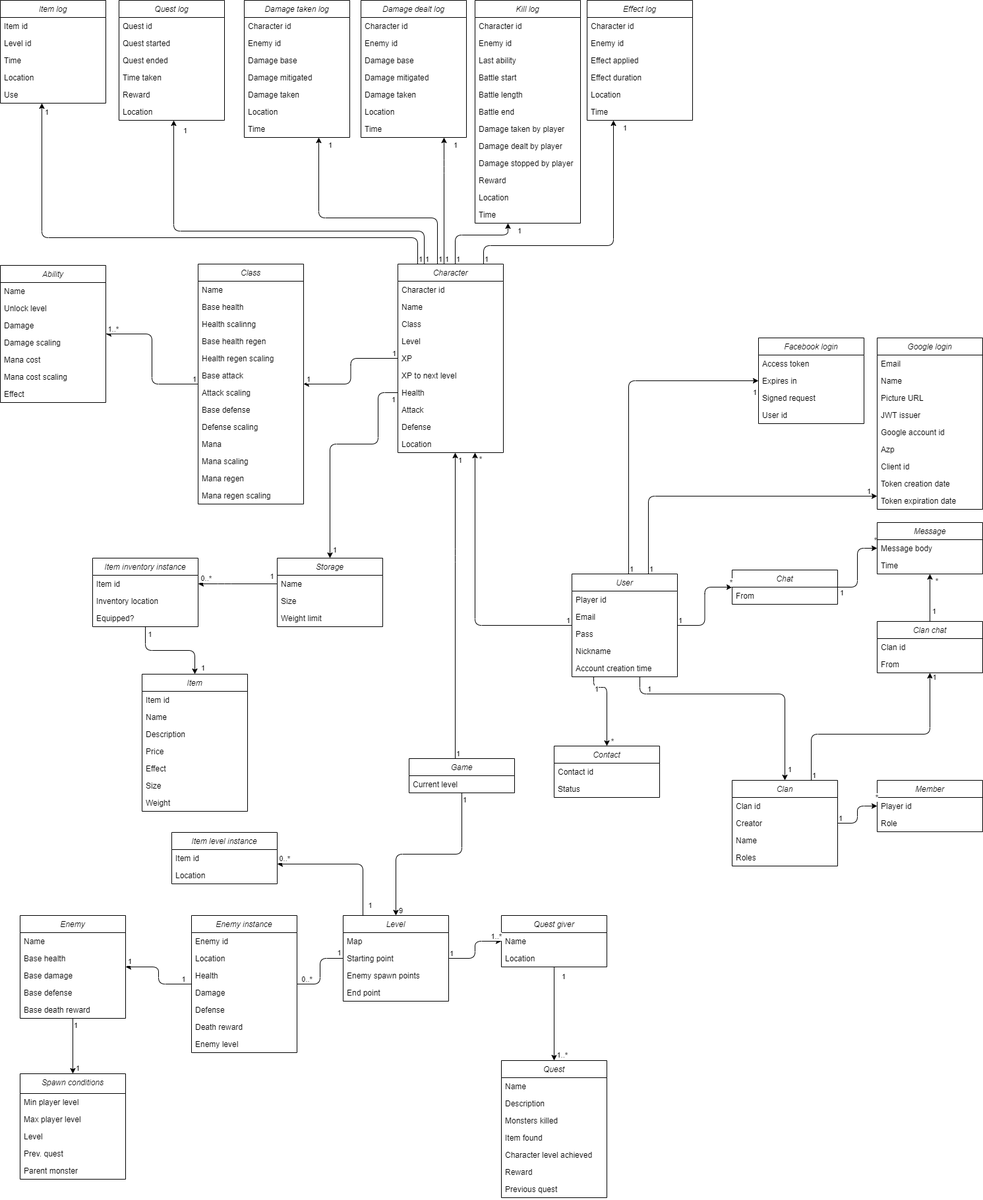
Above: logical diagram.png in ImMuffin/DBS4 (draw.io), before the change. Source tidied: cells renumbered, new cells last; positions are measured from the earlier drawing's top-left corner, leaving out a move shared by most shapes.
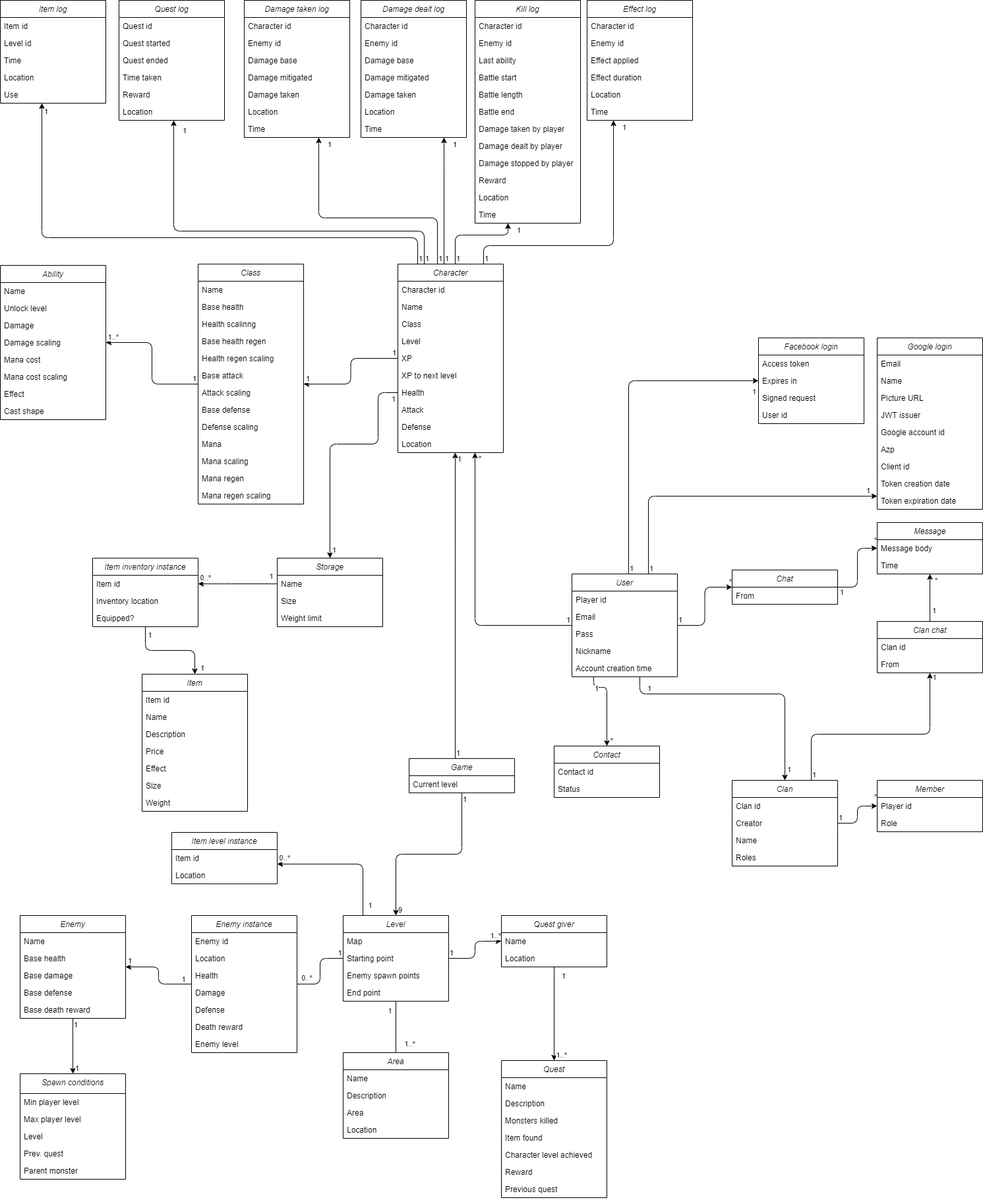
Later version of the same file.

Change to the diagram source:
```diff
@@ -221,7 +221,7 @@
       <mxGeometry y="338" width="160" height="26" as="geometry" />
     </mxCell>
     <mxCell id="64" value="Ability" style="swimlane;fontStyle=2;align=center;verticalAlign=top;horizontal=1;startSize=26;rounded=0;shadow=0;strokeWidth=1;" parent="1" vertex="1">
-      <mxGeometry y="402" width="160" height="208" as="geometry" />
+      <mxGeometry y="402" width="160" height="234" as="geometry" />
     </mxCell>
     <mxCell id="65" value="Name" style="text;align=left;verticalAlign=top;spacingLeft=4;spacingRight=4;overflow=hidden;" parent="64" vertex="1">
       <mxGeometry y="26" width="160" height="26" as="geometry" />
@@ -244,6 +244,9 @@
     <mxCell id="71" value="Effect" style="text;align=left;verticalAlign=top;spacingLeft=4;spacingRight=4;overflow=hidden;rounded=0;shadow=0;html=0;" parent="64" vertex="1">
       <mxGeometry y="182" width="160" height="26" as="geometry" />
     </mxCell>
+    <mxCell id="268" value="Cast shape" style="text;align=left;verticalAlign=top;spacingLeft=4;spacingRight=4;overflow=hidden;rounded=0;shadow=0;html=0;" parent="64" vertex="1">
+      <mxGeometry y="208" width="160" height="26" as="geometry" />
+    </mxCell>
     <mxCell id="72" style="endArrow=classic;html=1;edgeStyle=orthogonalEdgeStyle;" parent="1" edge="1" source="50" target="64">
       <mxGeometry x="-0.12" y="-20" relative="1" as="geometry" />
     </mxCell>
@@ -961,5 +964,33 @@
         <mxPoint x="20" y="19.2" as="offset" />
       </mxGeometry>
     </mxCell>
+    <mxCell id="269" value="Area" style="swimlane;fontStyle=2;align=center;verticalAlign=top;horizontal=1;startSize=26;rounded=0;shadow=0;strokeWidth=1;" parent="1" vertex="1">
+      <mxGeometry x="520" y="1596" width="160" height="130" as="geometry" />
+    </mxCell>
+    <mxCell id="270" value="Name" style="text;align=left;verticalAlign=top;spacingLeft=4;spacingRight=4;overflow=hidden;" parent="269" vertex="1">
+      <mxGeometry y="26" width="160" height="26" as="geometry" />
+    </mxCell>
+    <mxCell id="271" value="Description" style="text;align=left;verticalAlign=top;spacingLeft=4;spacingRight=4;overflow=hidden;" parent="269" vertex="1">
+      <mxGeometry y="52" width="160" height="26" as="geometry" />
+    </mxCell>
+    <mxCell id="272" value="Area" style="text;align=left;verticalAlign=top;spacingLeft=4;spacingRight=4;overflow=hidden;" parent="269" vertex="1">
+      <mxGeometry y="78" width="160" height="26" as="geometry" />
+    </mxCell>
+    <mxCell id="273" value="Location" style="text;align=left;verticalAlign=top;spacingLeft=4;spacingRight=4;overflow=hidden;" parent="269" vertex="1">
+      <mxGeometry y="104" width="160" height="26" as="geometry" />
+    </mxCell>
+    <mxCell id="274" style="endArrow=none;html=1;edgeStyle=orthogonalEdgeStyle;shadow=0;startArrow=none;" parent="1" edge="1" source="269" target="121">
+      <mxGeometry x="-0.12" y="-20" relative="1" as="geometry" />
+    </mxCell>
+    <mxCell id="275" value="1..*" style="edgeLabel;html=1;align=center;verticalAlign=middle;" parent="274" vertex="1">
+      <mxGeometry x="-0.74" y="-2" relative="1" as="geometry">
+        <mxPoint x="18" y="-4" as="offset" />
+      </mxGeometry>
+    </mxCell>
+    <mxCell id="276" value="1" style="edgeLabel;html=1;align=center;verticalAlign=middle;" parent="274" vertex="1">
+      <mxGeometry x="0.34" y="1" relative="1" as="geometry">
+        <mxPoint x="-9" y="-12" as="offset" />
+      </mxGeometry>
+    </mxCell>
   </root>
 </mxGraphModel>
```
